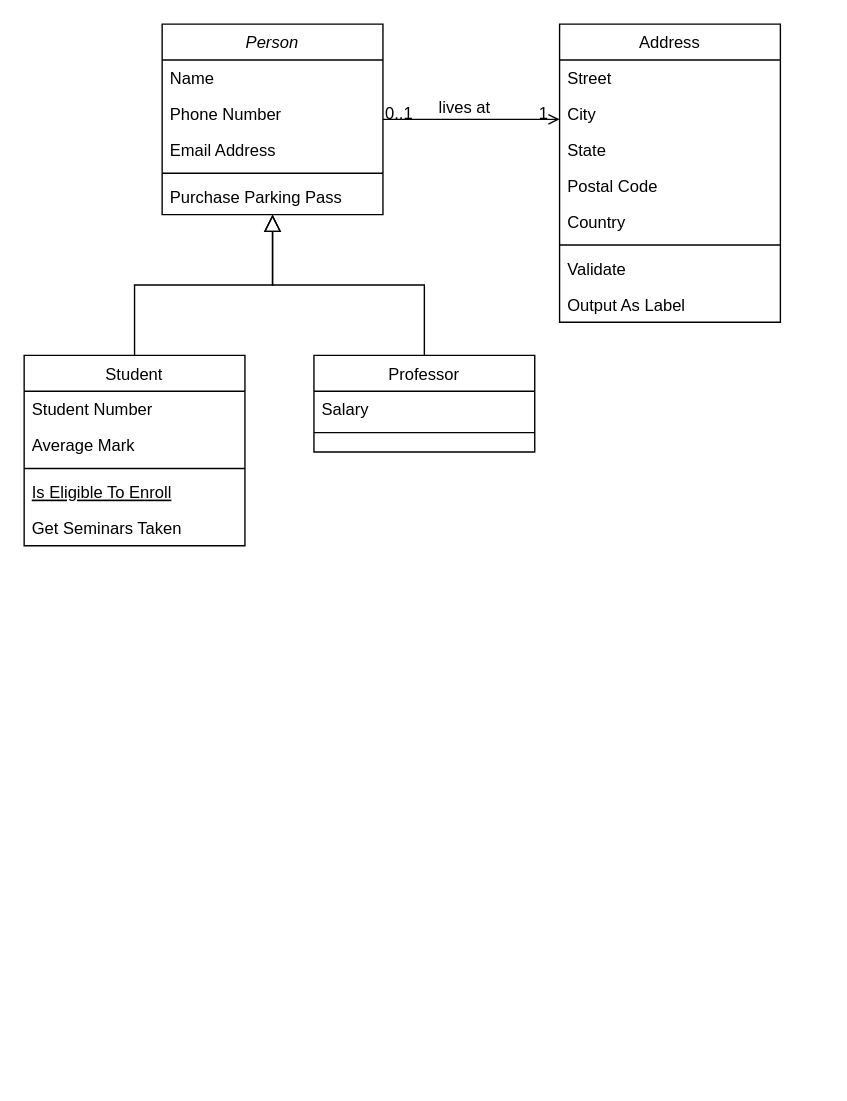
Above: Untitled Diagram.drawio in Mleschhorn/Tarea (draw.io), before the change. Source tidied: cells renumbered, new cells numbered last; positions are measured from the earlier drawing's top-left corner, leaving out a move shared by most shapes. Both pictures are drawn from the tidied source at 138%, with x=0, y=0 at pixel (23, 23).
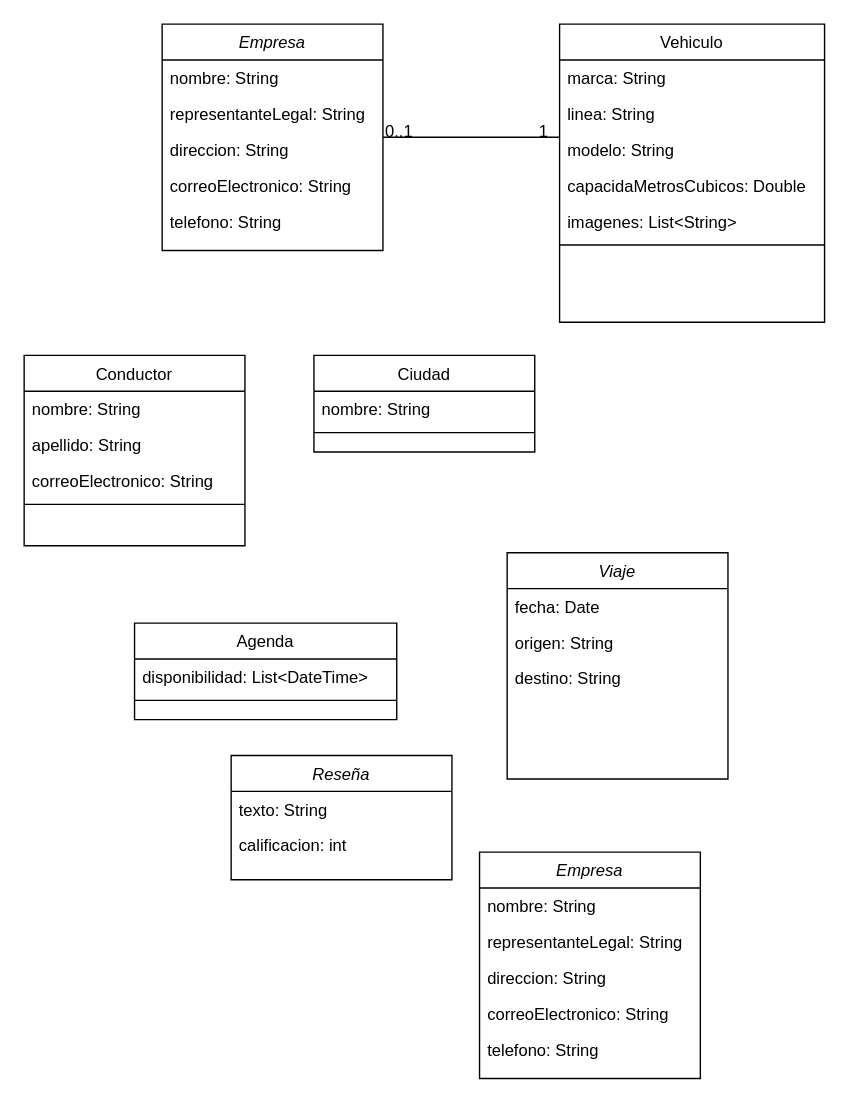
After the change.

The edit, as a diff of the source:
```diff
@@
-    <mxCell id="2" value="Person" style="swimlane;fontStyle=2;align=center;verticalAlign=top;horizontal=1;startSize=26;rounded=0;shadow=0;strokeWidth=1;" parent="1" vertex="1">
-      <mxGeometry x="100" width="160" height="138" as="geometry" />
+    <mxCell id="2" value="Empresa" style="swimlane;fontStyle=2;align=center;verticalAlign=top;horizontal=1;startSize=26;rounded=0;shadow=0;strokeWidth=1;" parent="1" vertex="1">
+      <mxGeometry x="100" width="160" height="164" as="geometry" />
     </mxCell>
-    <mxCell id="3" value="Name" style="text;align=left;verticalAlign=top;spacingLeft=4;spacingRight=4;overflow=hidden;" parent="2" vertex="1">
+    <mxCell id="3" value="nombre: String" style="text;align=left;verticalAlign=top;spacingLeft=4;spacingRight=4;overflow=hidden;" parent="2" vertex="1">
       <mxGeometry y="26" width="160" height="26" as="geometry" />
     </mxCell>
-    <mxCell id="4" value="Phone Number" style="text;align=left;verticalAlign=top;spacingLeft=4;spacingRight=4;overflow=hidden;rounded=0;shadow=0;html=0;" parent="2" vertex="1">
+    <mxCell id="4" value="representanteLegal: String" style="text;align=left;verticalAlign=top;spacingLeft=4;spacingRight=4;overflow=hidden;rounded=0;shadow=0;html=0;" parent="2" vertex="1">
       <mxGeometry y="52" width="160" height="26" as="geometry" />
     </mxCell>
-    <mxCell id="5" value="Email Address" style="text;align=left;verticalAlign=top;spacingLeft=4;spacingRight=4;overflow=hidden;rounded=0;shadow=0;html=0;" parent="2" vertex="1">
+    <mxCell id="5" value="direccion: String" style="text;align=left;verticalAlign=top;spacingLeft=4;spacingRight=4;overflow=hidden;rounded=0;shadow=0;html=0;" parent="2" vertex="1">
       <mxGeometry y="78" width="160" height="26" as="geometry" />
     </mxCell>
-    <mxCell id="6" style="line;html=1;strokeWidth=1;align=left;verticalAlign=middle;spacingTop=-1;spacingLeft=3;spacingRight=3;labelPosition=right;" parent="2" vertex="1">
-      <mxGeometry y="104" width="160" height="8" as="geometry" />
-    </mxCell>
-    <mxCell id="7" value="Purchase Parking Pass" style="text;align=left;verticalAlign=top;spacingLeft=4;spacingRight=4;overflow=hidden;" parent="2" vertex="1">
-      <mxGeometry y="112" width="160" height="26" as="geometry" />
-    </mxCell>
+    <mxCell id="32" value="correoElectronico: String" style="text;align=left;verticalAlign=top;spacingLeft=4;spacingRight=4;overflow=hidden;rounded=0;shadow=0;html=0;" parent="2" vertex="1">
+      <mxGeometry y="104" width="160" height="26" as="geometry" />
+    </mxCell>
+    <mxCell id="33" value="telefono: String" style="text;align=left;verticalAlign=top;spacingLeft=4;spacingRight=4;overflow=hidden;rounded=0;shadow=0;html=0;" parent="2" vertex="1">
+      <mxGeometry y="130" width="160" height="26" as="geometry" />
+    </mxCell>
-    <mxCell id="8" value="Student" style="swimlane;fontStyle=0;align=center;verticalAlign=top;horizontal=1;startSize=26;rounded=0;shadow=0;strokeWidth=1;" parent="1" vertex="1">
+    <mxCell id="8" value="Conductor&#10;" style="swimlane;fontStyle=0;align=center;verticalAlign=top;horizontal=1;startSize=26;rounded=0;shadow=0;strokeWidth=1;" parent="1" vertex="1">
       <mxGeometry y="240" width="160" height="138" as="geometry" />
     </mxCell>
-    <mxCell id="9" value="Student Number" style="text;align=left;verticalAlign=top;spacingLeft=4;spacingRight=4;overflow=hidden;" parent="8" vertex="1">
+    <mxCell id="9" value="nombre: String" style="text;align=left;verticalAlign=top;spacingLeft=4;spacingRight=4;overflow=hidden;" parent="8" vertex="1">
       <mxGeometry y="26" width="160" height="26" as="geometry" />
     </mxCell>
-    <mxCell id="10" value="Average Mark" style="text;align=left;verticalAlign=top;spacingLeft=4;spacingRight=4;overflow=hidden;rounded=0;shadow=0;html=0;" parent="8" vertex="1">
+    <mxCell id="10" value="apellido: String" style="text;align=left;verticalAlign=top;spacingLeft=4;spacingRight=4;overflow=hidden;rounded=0;shadow=0;html=0;" parent="8" vertex="1">
       <mxGeometry y="52" width="160" height="26" as="geometry" />
     </mxCell>
+    <mxCell id="13" value="correoElectronico: String" style="text;align=left;verticalAlign=top;spacingLeft=4;spacingRight=4;overflow=hidden;" parent="8" vertex="1">
+      <mxGeometry y="78" width="160" height="26" as="geometry" />
+    </mxCell>
     <mxCell id="11" style="line;html=1;strokeWidth=1;align=left;verticalAlign=middle;spacingTop=-1;spacingLeft=3;spacingRight=3;labelPosition=right;" parent="8" vertex="1">
-      <mxGeometry y="78" width="160" height="8" as="geometry" />
+      <mxGeometry y="104" width="160" height="8" as="geometry" />
     </mxCell>
-    <mxCell id="12" value="Is Eligible To Enroll" style="text;align=left;verticalAlign=top;spacingLeft=4;spacingRight=4;overflow=hidden;fontStyle=4;" parent="8" vertex="1">
-      <mxGeometry y="86" width="160" height="26" as="geometry" />
-    </mxCell>
-    <mxCell id="13" value="Get Seminars Taken" style="text;align=left;verticalAlign=top;spacingLeft=4;spacingRight=4;overflow=hidden;" parent="8" vertex="1">
-      <mxGeometry y="112" width="160" height="26" as="geometry" />
-    </mxCell>
-    <mxCell id="14" style="endArrow=block;endSize=10;endFill=0;shadow=0;strokeWidth=1;rounded=0;curved=0;edgeStyle=elbowEdgeStyle;elbow=vertical;" parent="1" edge="1" source="8" target="2">
-      <mxGeometry relative="1" as="geometry" />
-    </mxCell>
-    <mxCell id="15" value="Professor" style="swimlane;fontStyle=0;align=center;verticalAlign=top;horizontal=1;startSize=26;rounded=0;shadow=0;strokeWidth=1;" parent="1" vertex="1">
+    <mxCell id="15" value="Ciudad" style="swimlane;fontStyle=0;align=center;verticalAlign=top;horizontal=1;startSize=26;rounded=0;shadow=0;strokeWidth=1;" parent="1" vertex="1">
       <mxGeometry x="210" y="240" width="160" height="70" as="geometry" />
     </mxCell>
-    <mxCell id="16" value="Salary" style="text;align=left;verticalAlign=top;spacingLeft=4;spacingRight=4;overflow=hidden;" parent="15" vertex="1">
+    <mxCell id="16" value="nombre: String" style="text;align=left;verticalAlign=top;spacingLeft=4;spacingRight=4;overflow=hidden;" parent="15" vertex="1">
       <mxGeometry y="26" width="160" height="26" as="geometry" />
     </mxCell>
@@
-    <mxCell id="18" style="endArrow=block;endSize=10;endFill=0;shadow=0;strokeWidth=1;rounded=0;curved=0;edgeStyle=elbowEdgeStyle;elbow=vertical;" parent="1" edge="1" source="15" target="2">
-      <mxGeometry relative="1" as="geometry" />
-    </mxCell>
-    <mxCell id="19" value="Address" style="swimlane;fontStyle=0;align=center;verticalAlign=top;horizontal=1;startSize=26;rounded=0;shadow=0;strokeWidth=1;" parent="1" vertex="1">
-      <mxGeometry x="388" width="160" height="216" as="geometry" />
+    <mxCell id="19" value="Vehiculo" style="swimlane;fontStyle=0;align=center;verticalAlign=top;horizontal=1;startSize=26;rounded=0;shadow=0;strokeWidth=1;" parent="1" vertex="1">
+      <mxGeometry x="388" width="192" height="216" as="geometry" />
     </mxCell>
-    <mxCell id="20" value="Street" style="text;align=left;verticalAlign=top;spacingLeft=4;spacingRight=4;overflow=hidden;" parent="19" vertex="1">
-      <mxGeometry y="26" width="160" height="26" as="geometry" />
+    <mxCell id="20" value="marca: String" style="text;align=left;verticalAlign=top;spacingLeft=4;spacingRight=4;overflow=hidden;" parent="19" vertex="1">
+      <mxGeometry y="26" width="192" height="26" as="geometry" />
     </mxCell>
-    <mxCell id="21" value="City" style="text;align=left;verticalAlign=top;spacingLeft=4;spacingRight=4;overflow=hidden;rounded=0;shadow=0;html=0;" parent="19" vertex="1">
-      <mxGeometry y="52" width="160" height="26" as="geometry" />
+    <mxCell id="21" value="linea: String" style="text;align=left;verticalAlign=top;spacingLeft=4;spacingRight=4;overflow=hidden;rounded=0;shadow=0;html=0;" parent="19" vertex="1">
+      <mxGeometry y="52" width="192" height="26" as="geometry" />
     </mxCell>
-    <mxCell id="22" value="State" style="text;align=left;verticalAlign=top;spacingLeft=4;spacingRight=4;overflow=hidden;rounded=0;shadow=0;html=0;" parent="19" vertex="1">
-      <mxGeometry y="78" width="160" height="26" as="geometry" />
+    <mxCell id="22" value="modelo: String" style="text;align=left;verticalAlign=top;spacingLeft=4;spacingRight=4;overflow=hidden;rounded=0;shadow=0;html=0;" parent="19" vertex="1">
+      <mxGeometry y="78" width="192" height="26" as="geometry" />
     </mxCell>
-    <mxCell id="23" value="Postal Code" style="text;align=left;verticalAlign=top;spacingLeft=4;spacingRight=4;overflow=hidden;rounded=0;shadow=0;html=0;" parent="19" vertex="1">
-      <mxGeometry y="104" width="160" height="26" as="geometry" />
+    <mxCell id="23" value="capacidaMetrosCubicos: Double" style="text;align=left;verticalAlign=top;spacingLeft=4;spacingRight=4;overflow=hidden;rounded=0;shadow=0;html=0;" parent="19" vertex="1">
+      <mxGeometry y="104" width="192" height="26" as="geometry" />
     </mxCell>
-    <mxCell id="24" value="Country" style="text;align=left;verticalAlign=top;spacingLeft=4;spacingRight=4;overflow=hidden;rounded=0;shadow=0;html=0;" parent="19" vertex="1">
-      <mxGeometry y="130" width="160" height="26" as="geometry" />
+    <mxCell id="24" value="imagenes: List&lt;String&gt;" style="text;align=left;verticalAlign=top;spacingLeft=4;spacingRight=4;overflow=hidden;rounded=0;shadow=0;html=0;" parent="19" vertex="1">
+      <mxGeometry y="130" width="192" height="26" as="geometry" />
     </mxCell>
     <mxCell id="25" style="line;html=1;strokeWidth=1;align=left;verticalAlign=middle;spacingTop=-1;spacingLeft=3;spacingRight=3;labelPosition=right;" parent="19" vertex="1">
-      <mxGeometry y="156" width="160" height="8" as="geometry" />
+      <mxGeometry y="156" width="192" height="8" as="geometry" />
     </mxCell>
-    <mxCell id="26" value="Validate" style="text;align=left;verticalAlign=top;spacingLeft=4;spacingRight=4;overflow=hidden;" parent="19" vertex="1">
-      <mxGeometry y="164" width="160" height="26" as="geometry" />
-    </mxCell>
-    <mxCell id="27" value="Output As Label" style="text;align=left;verticalAlign=top;spacingLeft=4;spacingRight=4;overflow=hidden;" parent="19" vertex="1">
-      <mxGeometry y="190" width="160" height="26" as="geometry" />
-    </mxCell>
-    <mxCell id="28" style="endArrow=open;shadow=0;strokeWidth=1;rounded=0;curved=0;endFill=1;edgeStyle=elbowEdgeStyle;elbow=vertical;" parent="1" edge="1" source="2" target="19">
+    <mxCell id="28" style="endArrow=none;shadow=0;strokeWidth=1;rounded=0;curved=0;endFill=0;edgeStyle=elbowEdgeStyle;elbow=vertical;" parent="1" edge="1" source="2" target="19">
       <mxGeometry x="0.5" y="41" relative="1" as="geometry">
         <mxPoint x="-40" y="32" as="offset" />
       </mxGeometry>
     </mxCell>
@@
-    <mxCell id="31" value="lives at" style="text;html=1;align=center;verticalAlign=middle;labelBackgroundColor=none;rounded=0;shadow=0;strokeWidth=1;fontSize=12;" parent="28" vertex="1">
-      <mxGeometry x="0.5" y="49" relative="1" as="geometry">
-        <mxPoint x="-38" y="40" as="offset" />
-      </mxGeometry>
-    </mxCell>
+    <mxCell id="34" value="Viaje" style="swimlane;fontStyle=2;align=center;verticalAlign=top;horizontal=1;startSize=26;rounded=0;shadow=0;strokeWidth=1;" parent="1" vertex="1">
+      <mxGeometry x="350" y="383" width="160" height="164" as="geometry" />
+    </mxCell>
+    <mxCell id="35" value="fecha: Date" style="text;align=left;verticalAlign=top;spacingLeft=4;spacingRight=4;overflow=hidden;" parent="34" vertex="1">
+      <mxGeometry y="26" width="160" height="26" as="geometry" />
+    </mxCell>
+    <mxCell id="36" value="origen: String" style="text;align=left;verticalAlign=top;spacingLeft=4;spacingRight=4;overflow=hidden;rounded=0;shadow=0;html=0;" parent="34" vertex="1">
+      <mxGeometry y="52" width="160" height="26" as="geometry" />
+    </mxCell>
+    <mxCell id="37" value="destino: String" style="text;align=left;verticalAlign=top;spacingLeft=4;spacingRight=4;overflow=hidden;rounded=0;shadow=0;html=0;" parent="34" vertex="1">
+      <mxGeometry y="78" width="160" height="26" as="geometry" />
+    </mxCell>
+    <mxCell id="38" value="Agenda" style="swimlane;fontStyle=0;align=center;verticalAlign=top;horizontal=1;startSize=26;rounded=0;shadow=0;strokeWidth=1;" parent="1" vertex="1">
+      <mxGeometry x="80" y="434" width="190" height="70" as="geometry" />
+    </mxCell>
+    <mxCell id="39" value="disponibilidad: List&lt;DateTime&gt;" style="text;align=left;verticalAlign=top;spacingLeft=4;spacingRight=4;overflow=hidden;" parent="38" vertex="1">
+      <mxGeometry y="26" width="190" height="26" as="geometry" />
+    </mxCell>
+    <mxCell id="40" style="line;html=1;strokeWidth=1;align=left;verticalAlign=middle;spacingTop=-1;spacingLeft=3;spacingRight=3;labelPosition=right;" parent="38" vertex="1">
+      <mxGeometry y="52" width="190" height="8" as="geometry" />
+    </mxCell>
+    <mxCell id="41" value="Reseña" style="swimlane;fontStyle=2;align=center;verticalAlign=top;horizontal=1;startSize=26;rounded=0;shadow=0;strokeWidth=1;" parent="1" vertex="1">
+      <mxGeometry x="150" y="530" width="160" height="90" as="geometry" />
+    </mxCell>
+    <mxCell id="42" value="texto: String" style="text;align=left;verticalAlign=top;spacingLeft=4;spacingRight=4;overflow=hidden;" parent="41" vertex="1">
+      <mxGeometry y="26" width="160" height="26" as="geometry" />
+    </mxCell>
+    <mxCell id="43" value="calificacion: int" style="text;align=left;verticalAlign=top;spacingLeft=4;spacingRight=4;overflow=hidden;rounded=0;shadow=0;html=0;" parent="41" vertex="1">
+      <mxGeometry y="52" width="160" height="26" as="geometry" />
+    </mxCell>
+    <mxCell id="44" value="Empresa" style="swimlane;fontStyle=2;align=center;verticalAlign=top;horizontal=1;startSize=26;rounded=0;shadow=0;strokeWidth=1;" parent="1" vertex="1">
+      <mxGeometry x="330" y="600" width="160" height="164" as="geometry" />
+    </mxCell>
+    <mxCell id="45" value="nombre: String" style="text;align=left;verticalAlign=top;spacingLeft=4;spacingRight=4;overflow=hidden;" parent="44" vertex="1">
+      <mxGeometry y="26" width="160" height="26" as="geometry" />
+    </mxCell>
+    <mxCell id="46" value="representanteLegal: String" style="text;align=left;verticalAlign=top;spacingLeft=4;spacingRight=4;overflow=hidden;rounded=0;shadow=0;html=0;" parent="44" vertex="1">
+      <mxGeometry y="52" width="160" height="26" as="geometry" />
+    </mxCell>
+    <mxCell id="47" value="direccion: String" style="text;align=left;verticalAlign=top;spacingLeft=4;spacingRight=4;overflow=hidden;rounded=0;shadow=0;html=0;" parent="44" vertex="1">
+      <mxGeometry y="78" width="160" height="26" as="geometry" />
+    </mxCell>
+    <mxCell id="48" value="correoElectronico: String" style="text;align=left;verticalAlign=top;spacingLeft=4;spacingRight=4;overflow=hidden;rounded=0;shadow=0;html=0;" parent="44" vertex="1">
+      <mxGeometry y="104" width="160" height="26" as="geometry" />
+    </mxCell>
+    <mxCell id="49" value="telefono: String" style="text;align=left;verticalAlign=top;spacingLeft=4;spacingRight=4;overflow=hidden;rounded=0;shadow=0;html=0;" parent="44" vertex="1">
+      <mxGeometry y="130" width="160" height="26" as="geometry" />
+    </mxCell>
```
